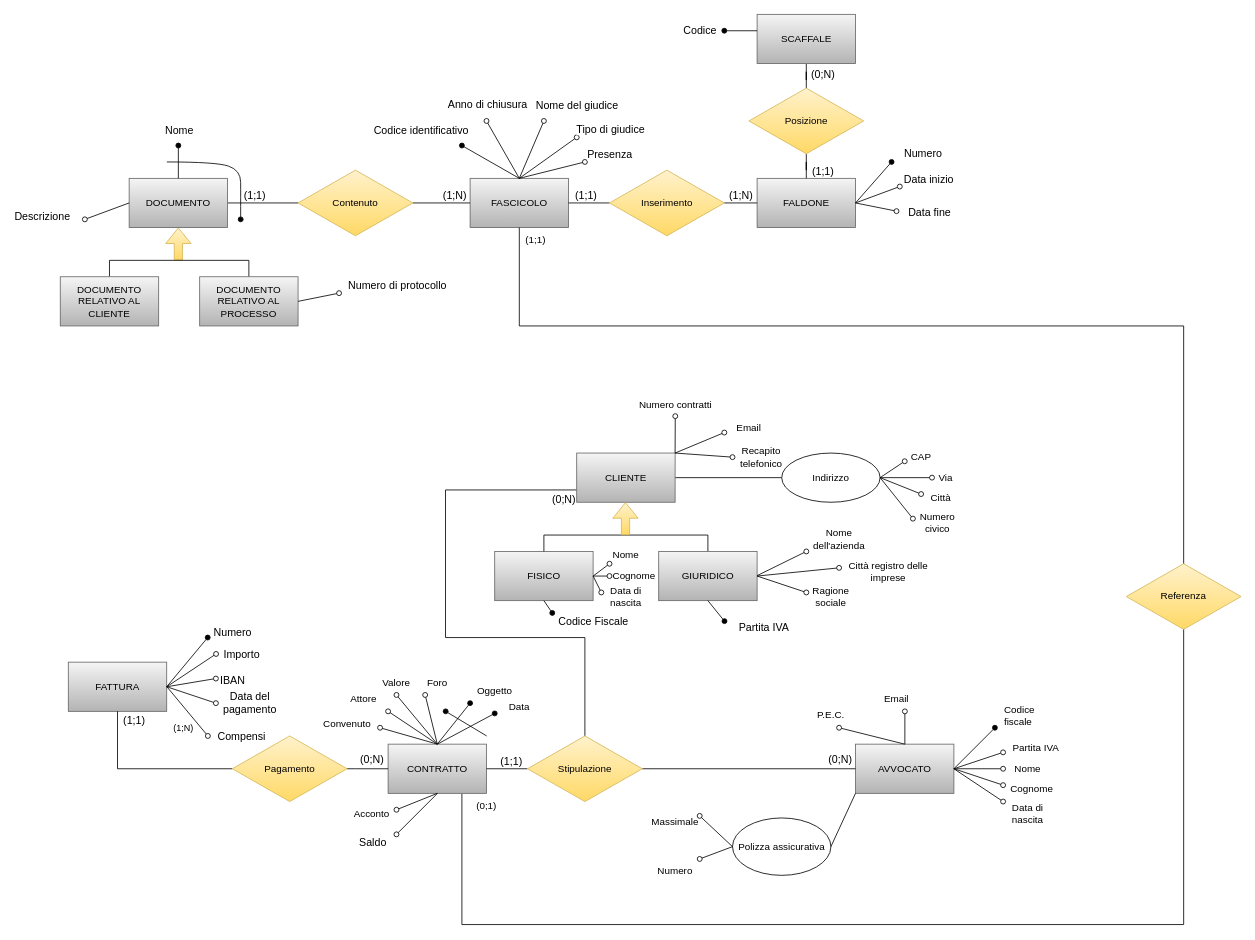
Earlier version of the draw.io diagram DiagrammaER_Completo_Iniziale.drawio (AndreaCiv/BasiDiDati). Source tidied: cells renumbered, new cells numbered last; positions are measured from the earlier drawing's top-left corner, leaving out a move shared by most shapes. Both pictures are drawn from the tidied source at 82%, with x=0, y=0 at pixel (60, 14).
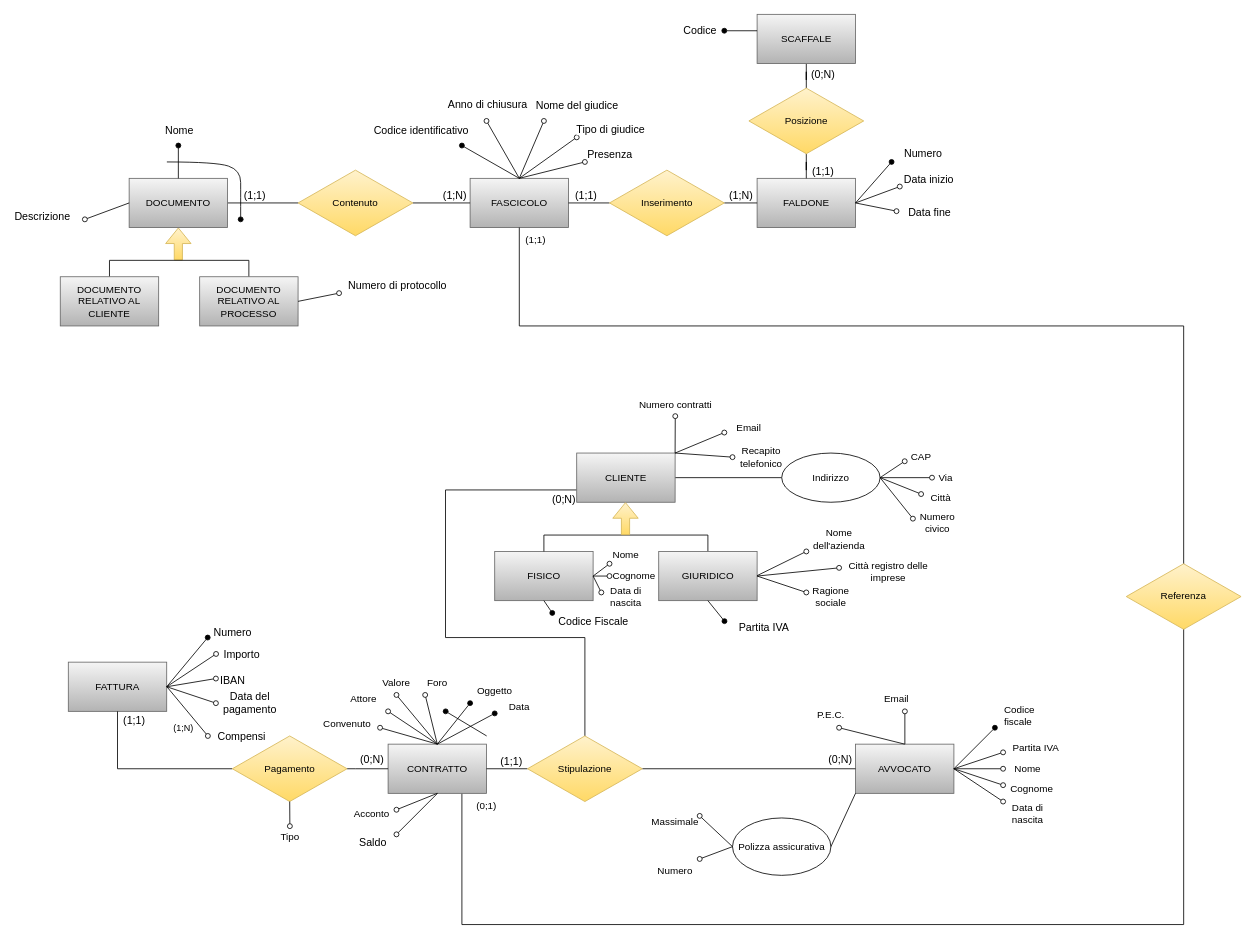
The same page after the edit.

Commit message (it also covers changes not shown here):
aggiunta tipo pagamento

The change refers to these unchanged cells:
```xml
<mxCell id="64" value="Pagamento" style="rhombus;whiteSpace=wrap;html=1;fillColor=#fff2cc;gradientColor=#ffd966;strokeColor=#d6b656;" parent="1" vertex="1">
  <mxGeometry x="209.8" y="880" width="140" height="80" as="geometry" />
</mxCell>
```

Change to the diagram source:
```diff
@@
+    <mxCell id="154" style="endArrow=oval;html=1;rounded=0;endFill=0;exitX=0.5;exitY=1;exitDx=0;exitDy=0;" parent="1" edge="1" source="64">
+      <mxGeometry relative="1" as="geometry">
+        <mxPoint x="280" y="990" as="targetPoint" />
+      </mxGeometry>
+    </mxCell>
+    <mxCell id="155" value="Tipo" style="edgeLabel;html=1;align=center;verticalAlign=middle;fontSize=12;" parent="154" vertex="1">
+      <mxGeometry x="0.27" y="1" relative="1" as="geometry">
+        <mxPoint x="-1" y="24" as="offset" />
+      </mxGeometry>
+    </mxCell>
```
